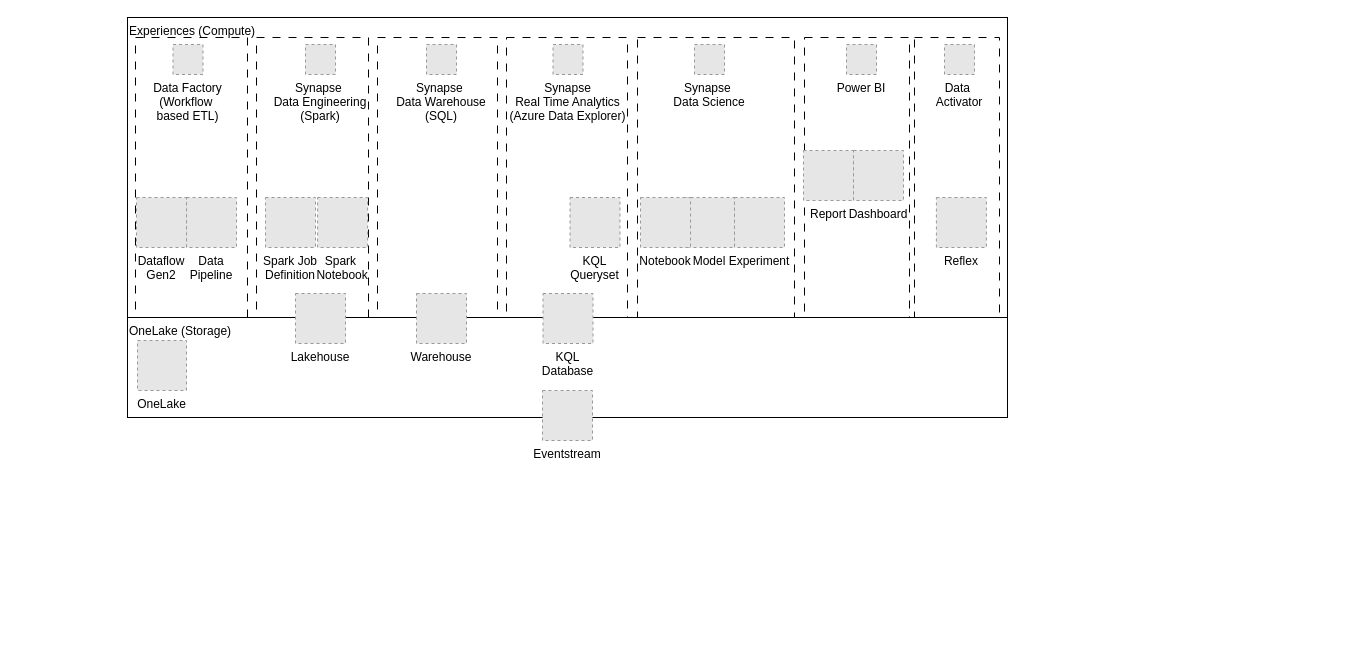
jugi92/useful_architectures keeps this draw.io diagram as page "Overview" (1 of 3) of Fabric.drawio. Above is the earlier version. Source tidied: cells renumbered, new cells numbered last; positions are measured from the earlier drawing's top-left corner, leaving out a move shared by most shapes. Both pictures are drawn from the tidied source at 100%, with x=0, y=0 at pixel (127, 17). Pictures stored in the file or linked from it are replaced by grey dashed boxes.
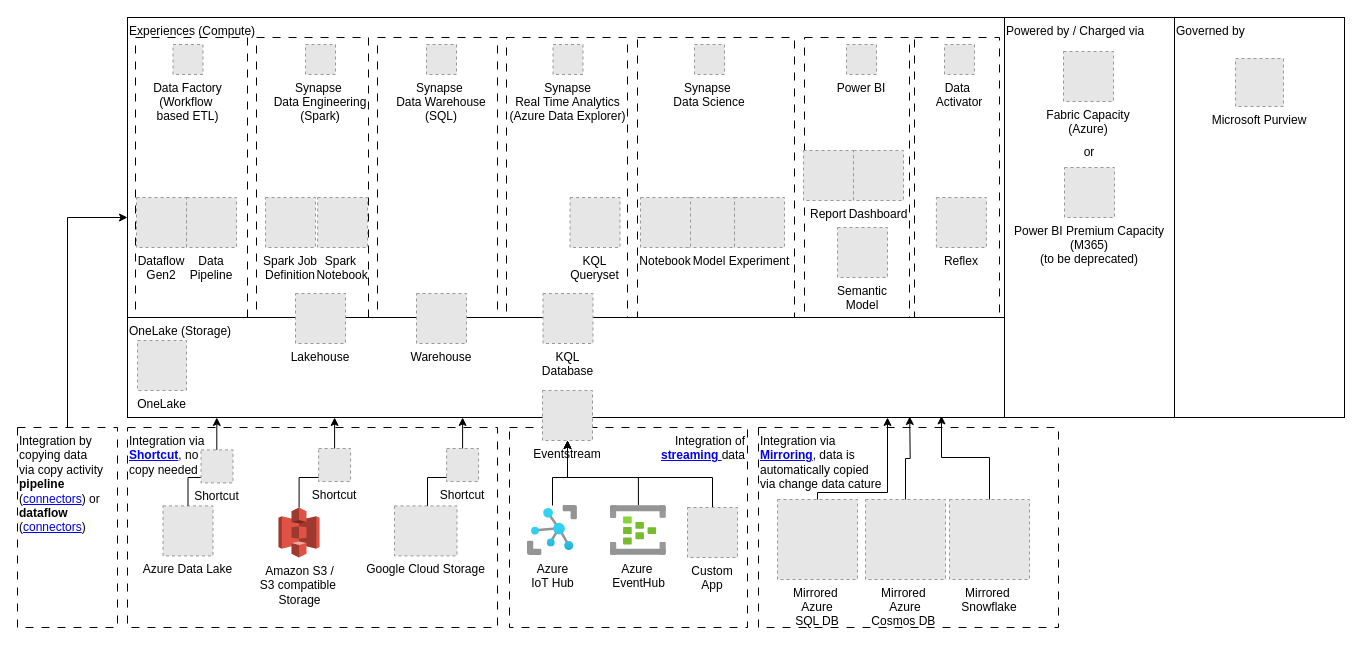
Above is the later version.

Diff of the diagram source:
```diff
@@
+    <mxCell id="36" parent="0" />
+    <mxCell id="37" value="Powered by / Charged via" style="rounded=0;whiteSpace=wrap;html=1;align=left;verticalAlign=top;" parent="36" vertex="1">
+      <mxGeometry x="877" width="170" height="400" as="geometry" />
+    </mxCell>
+    <mxCell id="38" value="Power BI Premium Capacity&#10;(M365)&#10;(to be deprecated)" style="fillColor=#E6E6E6;strokeColor=#999999;dashed=1;verticalLabelPosition=bottom;verticalAlign=top;" parent="36" vertex="1">
+      <mxGeometry x="937" y="150" width="50" height="50" as="geometry" />
+    </mxCell>
+    <mxCell id="39" value="Fabric Capacity&#10;(Azure)" style="fillColor=#E6E6E6;strokeColor=#999999;dashed=1;verticalLabelPosition=bottom;verticalAlign=top;" parent="36" vertex="1">
+      <mxGeometry x="936" y="34" width="50" height="50" as="geometry" />
+    </mxCell>
+    <mxCell id="40" value="or" style="text;html=1;align=center;verticalAlign=middle;whiteSpace=wrap;rounded=0;" parent="36" vertex="1">
+      <mxGeometry x="932" y="120" width="60" height="30" as="geometry" />
+    </mxCell>
+    <mxCell id="41" parent="0" />
+    <mxCell id="42" value="Governed by" style="rounded=0;whiteSpace=wrap;html=1;align=left;verticalAlign=top;" parent="41" vertex="1">
+      <mxGeometry x="1047" width="170" height="400" as="geometry" />
+    </mxCell>
+    <mxCell id="43" value="Microsoft Purview" style="fillColor=#E6E6E6;strokeColor=#999999;dashed=1;verticalLabelPosition=bottom;verticalAlign=top;" parent="41" vertex="1">
+      <mxGeometry x="1108" y="41" width="48" height="48" as="geometry" />
+    </mxCell>
@@
+    <mxCell id="44" parent="0" />
+    <mxCell id="45" value="Integration of&lt;div&gt;&lt;b&gt;&lt;a href=&quot;https://learn.microsoft.com/en-us/fabric/real-time-analytics/event-streams/overview&quot;&gt;streaming &lt;/a&gt;&lt;/b&gt;data&lt;/div&gt;" style="rounded=0;whiteSpace=wrap;html=1;dashed=1;dashPattern=8 8;align=right;verticalAlign=top;" parent="44" vertex="1">
+      <mxGeometry x="382" y="410" width="238" height="200" as="geometry" />
+    </mxCell>
+    <mxCell id="46" value="Integration via&amp;nbsp;&lt;div&gt;&lt;b&gt;&lt;a href=&quot;https://learn.microsoft.com/en-us/fabric/database/mirrored-database/overview&quot;&gt;Mirroring&lt;/a&gt;&lt;/b&gt;, data is&lt;br&gt;&lt;/div&gt;&lt;div&gt;automatically copied&lt;/div&gt;&lt;div&gt;via change data cature&lt;/div&gt;" style="rounded=0;whiteSpace=wrap;html=1;dashed=1;dashPattern=8 8;align=left;verticalAlign=top;" parent="44" vertex="1">
+      <mxGeometry x="631" y="410" width="300" height="200" as="geometry" />
+    </mxCell>
+    <mxCell id="47" value="Integration via&amp;nbsp;&lt;div&gt;&lt;b&gt;&lt;a href=&quot;https://learn.microsoft.com/en-us/fabric/onelake/onelake-shortcuts&quot;&gt;Shortcut&lt;/a&gt;&lt;/b&gt;,&amp;nbsp;&lt;span style=&quot;background-color: initial;&quot;&gt;no&amp;nbsp;&lt;/span&gt;&lt;/div&gt;&lt;div&gt;&lt;span style=&quot;background-color: initial;&quot;&gt;copy needed&lt;/span&gt;&lt;/div&gt;" style="rounded=0;whiteSpace=wrap;html=1;dashed=1;dashPattern=8 8;align=left;verticalAlign=top;" parent="44" vertex="1">
+      <mxGeometry y="410" width="370" height="200" as="geometry" />
+    </mxCell>
+    <mxCell id="48" value="Amazon S3 /&lt;div&gt;S3 compatible&amp;nbsp;&lt;div&gt;Storage&lt;/div&gt;&lt;/div&gt;" style="outlineConnect=0;dashed=0;verticalLabelPosition=bottom;verticalAlign=top;align=center;html=1;shape=mxgraph.aws3.s3;fillColor=#E05243;gradientColor=none;" parent="44" vertex="1">
+      <mxGeometry x="151" y="490" width="41.1" height="50" as="geometry" />
+    </mxCell>
+    <mxCell id="49" value="Azure Data Lake" style="fillColor=#E6E6E6;strokeColor=#999999;dashed=1;verticalLabelPosition=bottom;verticalAlign=top;" parent="44" vertex="1">
+      <mxGeometry x="35.5" y="488.4" width="50" height="50" as="geometry" />
+    </mxCell>
+    <mxCell id="50" style="edgeStyle=orthogonalEdgeStyle;rounded=0;jettySize=auto;html=1;entryX=0.5;entryY=1;entryDx=0;entryDy=0;" parent="44" edge="1" source="48">
+      <mxGeometry relative="1" as="geometry">
+        <mxPoint x="207.1" y="400" as="targetPoint" />
+        <Array as="points">
+          <mxPoint x="172" y="460" />
+          <mxPoint x="207" y="460" />
+        </Array>
+      </mxGeometry>
+    </mxCell>
+    <mxCell id="51" style="edgeStyle=orthogonalEdgeStyle;rounded=0;jettySize=auto;html=1;entryX=0.691;entryY=1.01;entryDx=0;entryDy=0;entryPerimeter=0;" parent="44" edge="1" source="49">
+      <mxGeometry relative="1" as="geometry">
+        <mxPoint x="89.3" y="400" as="targetPoint" />
+        <Array as="points">
+          <mxPoint x="60" y="460" />
+          <mxPoint x="89" y="460" />
+        </Array>
+      </mxGeometry>
+    </mxCell>
+    <mxCell id="52" value="Shortcut" style="fillColor=#E6E6E6;strokeColor=#999999;dashed=1;verticalLabelPosition=bottom;verticalAlign=top;" parent="44" vertex="1">
+      <mxGeometry x="73.5" y="432.4" width="32" height="33" as="geometry" />
+    </mxCell>
+    <mxCell id="53" value="Shortcut" style="fillColor=#E6E6E6;strokeColor=#999999;dashed=1;verticalLabelPosition=bottom;verticalAlign=top;" parent="44" vertex="1">
+      <mxGeometry x="191.1" y="431" width="32" height="33" as="geometry" />
+    </mxCell>
+    <mxCell id="54" value="Google Cloud Storage" style="fillColor=#E6E6E6;strokeColor=#999999;dashed=1;html=1;verticalLabelPosition=bottom;labelBackgroundColor=#ffffff;verticalAlign=top;" parent="44" vertex="1">
+      <mxGeometry x="267" y="488.4" width="62.5" height="50" as="geometry" />
+    </mxCell>
+    <mxCell id="55" style="edgeStyle=orthogonalEdgeStyle;rounded=0;jettySize=auto;html=1;entryX=0.5;entryY=1;entryDx=0;entryDy=0;" parent="44" edge="1" source="54">
+      <mxGeometry relative="1" as="geometry">
+        <mxPoint x="335.1" y="400" as="targetPoint" />
+        <Array as="points">
+          <mxPoint x="300" y="460" />
+          <mxPoint x="335" y="460" />
+        </Array>
+      </mxGeometry>
+    </mxCell>
+    <mxCell id="56" value="Shortcut" style="fillColor=#E6E6E6;strokeColor=#999999;dashed=1;verticalLabelPosition=bottom;verticalAlign=top;" parent="44" vertex="1">
+      <mxGeometry x="319.1" y="431" width="32" height="33" as="geometry" />
+    </mxCell>
+    <mxCell id="57" value="Mirrored &#10;Azure&#10;Cosmos DB " style="fillColor=#E6E6E6;strokeColor=#999999;dashed=1;verticalLabelPosition=bottom;verticalAlign=top;" parent="44" vertex="1">
+      <mxGeometry x="738" y="482" width="80" height="80" as="geometry" />
+    </mxCell>
+    <mxCell id="58" value="Mirrored &#10;Snowflake" style="fillColor=#E6E6E6;strokeColor=#999999;dashed=1;verticalLabelPosition=bottom;verticalAlign=top;" parent="44" vertex="1">
+      <mxGeometry x="822" y="482" width="80" height="80" as="geometry" />
+    </mxCell>
+    <mxCell id="59" style="edgeStyle=orthogonalEdgeStyle;rounded=0;jettySize=auto;html=1;exitX=0.5;exitY=0;exitDx=0;exitDy=0;entryX=0.645;entryY=0.99;entryDx=0;entryDy=0;entryPerimeter=0;" parent="44" edge="1" source="57">
+      <mxGeometry relative="1" as="geometry">
+        <mxPoint x="782.2" y="399" as="targetPoint" />
+      </mxGeometry>
+    </mxCell>
+    <mxCell id="60" style="edgeStyle=orthogonalEdgeStyle;rounded=0;jettySize=auto;html=1;exitX=0.5;exitY=0;exitDx=0;exitDy=0;entryX=0.61;entryY=-0.058;entryDx=0;entryDy=0;entryPerimeter=0;" parent="44" edge="1" source="58" target="46">
+      <mxGeometry relative="1" as="geometry">
+        <Array as="points">
+          <mxPoint x="862" y="440" />
+          <mxPoint x="814" y="440" />
+        </Array>
+      </mxGeometry>
+    </mxCell>
+    <mxCell id="61" style="edgeStyle=orthogonalEdgeStyle;rounded=0;jettySize=auto;html=1;entryX=0.5;entryY=1;entryDx=0;entryDy=0;" parent="44" edge="1" source="62">
+      <mxGeometry relative="1" as="geometry">
+        <mxPoint x="440" y="423" as="targetPoint" />
+        <Array as="points">
+          <mxPoint x="425" y="460" />
+          <mxPoint x="440" y="460" />
+        </Array>
+      </mxGeometry>
+    </mxCell>
+    <mxCell id="62" value="Azure&lt;div&gt;IoT Hub&lt;/div&gt;" style="image;html=1;points=[];align=center;fontSize=12;image=img/lib/azure2/iot/IoT_Hub.svg;" parent="44" vertex="1">
+      <mxGeometry x="400" y="488" width="50" height="50" as="geometry" />
+    </mxCell>
+    <mxCell id="63" style="edgeStyle=orthogonalEdgeStyle;rounded=0;jettySize=auto;html=1;entryX=0.5;entryY=1;entryDx=0;entryDy=0;" parent="44" edge="1" source="64">
+      <mxGeometry relative="1" as="geometry">
+        <mxPoint x="440" y="423" as="targetPoint" />
+        <Array as="points">
+          <mxPoint x="511" y="460" />
+          <mxPoint x="440" y="460" />
+        </Array>
+      </mxGeometry>
+    </mxCell>
+    <mxCell id="64" value="Azure&amp;nbsp;&lt;div&gt;EventHub&lt;/div&gt;" style="image;html=1;points=[];align=center;fontSize=12;image=img/lib/azure2/iot/Event_Hubs.svg;" parent="44" vertex="1">
+      <mxGeometry x="483" y="488" width="55.8" height="50" as="geometry" />
+    </mxCell>
+    <mxCell id="65" style="edgeStyle=orthogonalEdgeStyle;rounded=0;jettySize=auto;html=1;exitX=0.5;exitY=0;exitDx=0;exitDy=0;entryX=0.5;entryY=1;entryDx=0;entryDy=0;" parent="44" edge="1" source="66">
+      <mxGeometry relative="1" as="geometry">
+        <mxPoint x="440" y="423" as="targetPoint" />
+        <Array as="points">
+          <mxPoint x="585" y="460" />
+          <mxPoint x="440" y="460" />
+        </Array>
+      </mxGeometry>
+    </mxCell>
+    <mxCell id="66" value="Custom&#10;App" style="fillColor=#E6E6E6;strokeColor=#999999;dashed=1;verticalLabelPosition=bottom;verticalAlign=top;" parent="44" vertex="1">
+      <mxGeometry x="560" y="490" width="50" height="50" as="geometry" />
+    </mxCell>
+    <mxCell id="67" value="Mirrored &#10;Azure&#10;SQL DB" style="fillColor=#E6E6E6;strokeColor=#999999;dashed=1;verticalLabelPosition=bottom;verticalAlign=top;" parent="44" vertex="1">
+      <mxGeometry x="650" y="482" width="80" height="80" as="geometry" />
+    </mxCell>
+    <mxCell id="68" style="edgeStyle=orthogonalEdgeStyle;rounded=0;jettySize=auto;html=1;exitX=0.5;exitY=0;exitDx=0;exitDy=0;" parent="44" edge="1" source="67">
+      <mxGeometry relative="1" as="geometry">
+        <mxPoint x="760" y="400" as="targetPoint" />
+        <Array as="points">
+          <mxPoint x="760" y="475" />
+        </Array>
+      </mxGeometry>
+    </mxCell>
+    <mxCell id="69" style="edgeStyle=orthogonalEdgeStyle;rounded=0;jettySize=auto;html=1;exitX=0.5;exitY=0;exitDx=0;exitDy=0;" parent="44" edge="1" source="70">
+      <mxGeometry relative="1" as="geometry">
+        <mxPoint y="200" as="targetPoint" />
+        <Array as="points">
+          <mxPoint x="-60" y="200" />
+        </Array>
+      </mxGeometry>
+    </mxCell>
+    <mxCell id="70" value="Integration by copying data&lt;div&gt;&lt;span style=&quot;background-color: initial;&quot;&gt;via copy activity &lt;b&gt;pipeline &lt;/b&gt;(&lt;a href=&quot;https://learn.microsoft.com/en-us/fabric/data-factory/pipeline-support&quot;&gt;connectors&lt;/a&gt;) or &lt;b&gt;dataflow &lt;/b&gt;(&lt;a href=&quot;https://learn.microsoft.com/en-us/fabric/data-factory/dataflow-support&quot;&gt;connectors&lt;/a&gt;)&lt;/span&gt;&lt;/div&gt;" style="rounded=0;whiteSpace=wrap;html=1;dashed=1;dashPattern=8 8;align=left;verticalAlign=top;" parent="44" vertex="1">
+      <mxGeometry x="-110" y="410" width="100" height="200" as="geometry" />
+    </mxCell>
@@
+    <mxCell id="71" value="Semantic&#10;Model" style="fillColor=#E6E6E6;strokeColor=#999999;dashed=1;verticalLabelPosition=bottom;verticalAlign=top;" parent="20" vertex="1">
+      <mxGeometry x="710" y="210" width="50" height="50" as="geometry" />
+    </mxCell>
```
